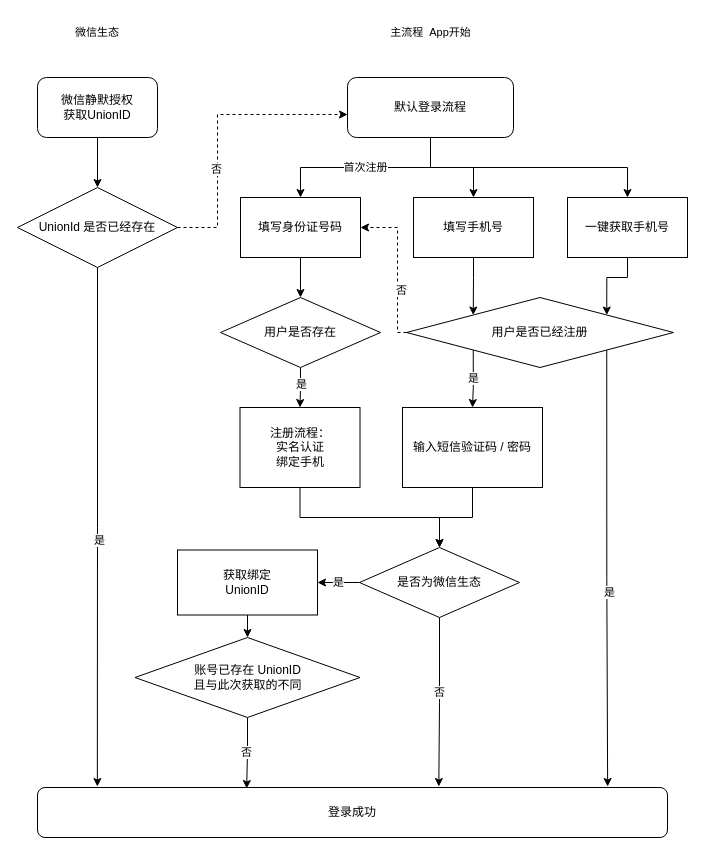
Earlier version of the draw.io diagram drawio/hanyi.drawio (nilye/doodles). Source tidied: cells renumbered, new cells numbered last; positions are measured from the earlier drawing's top-left corner, leaving out a move shared by most shapes. Both pictures are drawn from the tidied source at 100%, with x=0, y=0 at pixel (17, 17).
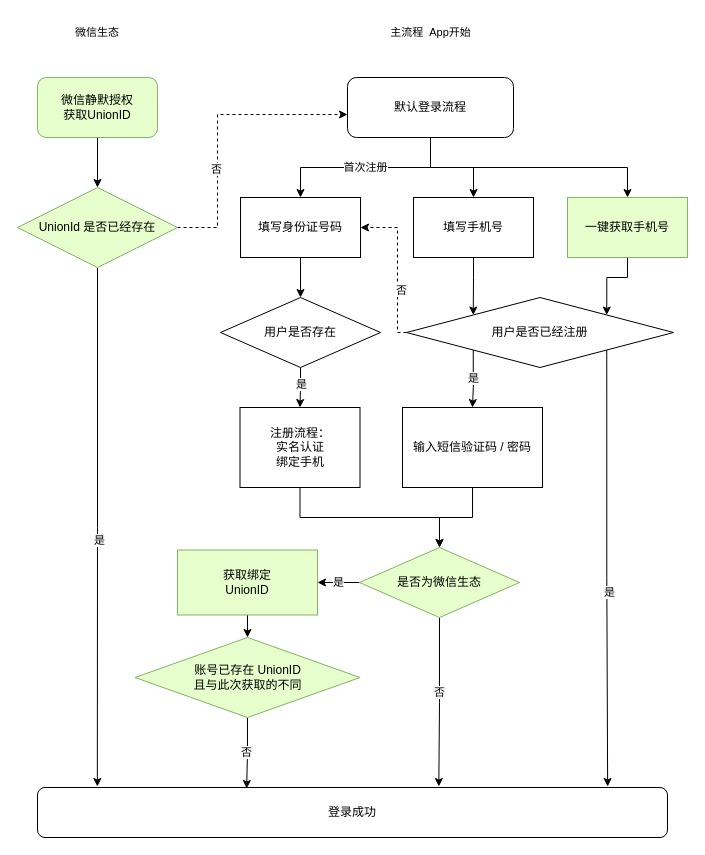
The same diagram, later.

Change to the diagram source:
```diff
@@
-    <mxCell id="3" value="微信静默授权&lt;br&gt;获取UnionID" style="rounded=1;whiteSpace=wrap;html=1;" parent="1" vertex="1">
+    <mxCell id="3" value="微信静默授权&lt;br&gt;获取UnionID" style="rounded=1;whiteSpace=wrap;html=1;fillColor=#E6FFCC;strokeColor=#82b366;" parent="1" vertex="1">
       <mxGeometry x="20" y="60" width="120" height="60" as="geometry" />
     </mxCell>
@@
-    <mxCell id="8" value="UnionId 是否已经存在" style="rhombus;whiteSpace=wrap;html=1;" parent="1" vertex="1">
+    <mxCell id="8" value="UnionId 是否已经存在" style="rhombus;whiteSpace=wrap;html=1;fillColor=#E6FFCC;strokeColor=#82b366;" parent="1" vertex="1">
       <mxGeometry y="170" width="160" height="80" as="geometry" />
     </mxCell>
@@
-    <mxCell id="33" value="是否为微信生态" style="rhombus;whiteSpace=wrap;html=1;" parent="1" vertex="1">
+    <mxCell id="33" value="是否为微信生态" style="rhombus;whiteSpace=wrap;html=1;fillColor=#E6FFCC;strokeColor=#82b366;" parent="1" vertex="1">
       <mxGeometry x="342" y="530" width="160" height="70" as="geometry" />
     </mxCell>
@@
-    <mxCell id="35" value="获取绑定&lt;br&gt;UnionID" style="rounded=0;whiteSpace=wrap;html=1;" parent="1" vertex="1">
+    <mxCell id="35" value="获取绑定&lt;br&gt;UnionID" style="rounded=0;whiteSpace=wrap;html=1;fillColor=#E6FFCC;strokeColor=#82b366;" parent="1" vertex="1">
       <mxGeometry x="160" y="532.5" width="140" height="65" as="geometry" />
     </mxCell>
@@
-    <mxCell id="37" value="账号已存在 UnionID&lt;br&gt;且与此次获取的不同" style="rhombus;whiteSpace=wrap;html=1;" parent="1" vertex="1">
+    <mxCell id="37" value="账号已存在 UnionID&lt;br&gt;且与此次获取的不同" style="rhombus;whiteSpace=wrap;html=1;fillColor=#E6FFCC;strokeColor=#82b366;" parent="1" vertex="1">
       <mxGeometry x="117.5" y="620" width="225" height="80" as="geometry" />
     </mxCell>
@@
-    <mxCell id="40" value="一键获取手机号" style="rounded=0;whiteSpace=wrap;html=1;" parent="1" vertex="1">
+    <mxCell id="40" value="一键获取手机号" style="rounded=0;whiteSpace=wrap;html=1;fillColor=#E6FFCC;strokeColor=#82b366;" parent="1" vertex="1">
       <mxGeometry x="550" y="180" width="120" height="60" as="geometry" />
     </mxCell>
```
